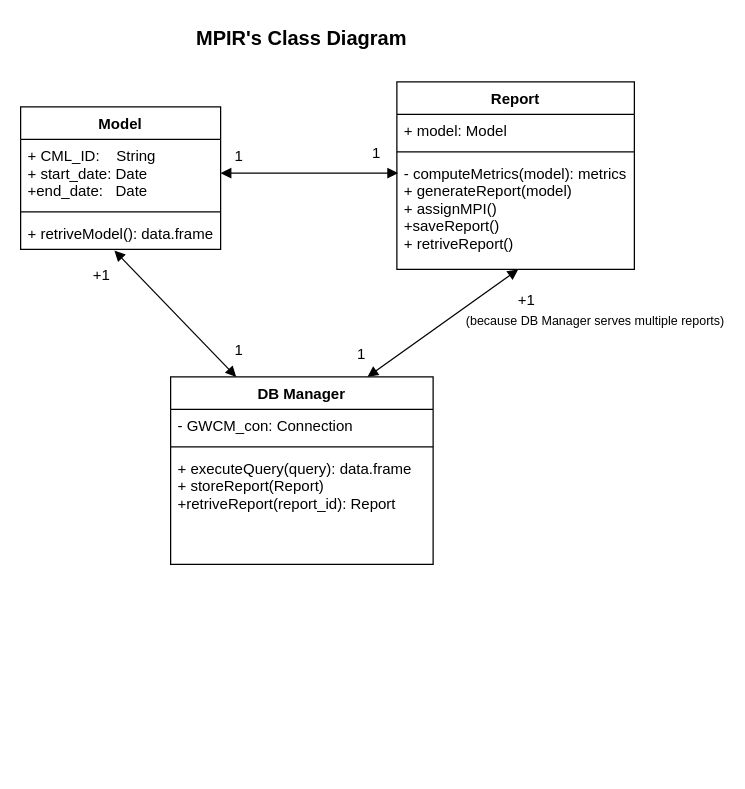
Before: ClassDiagram.drawio in aminrigi/Network_CommunityDetection, a draw.io diagram. Source tidied: cells renumbered, new cells numbered last; positions are measured from the earlier drawing's top-left corner, leaving out a move shared by most shapes. Both pictures are drawn from the tidied source at 125%, with x=0, y=0 at pixel (20, 20).
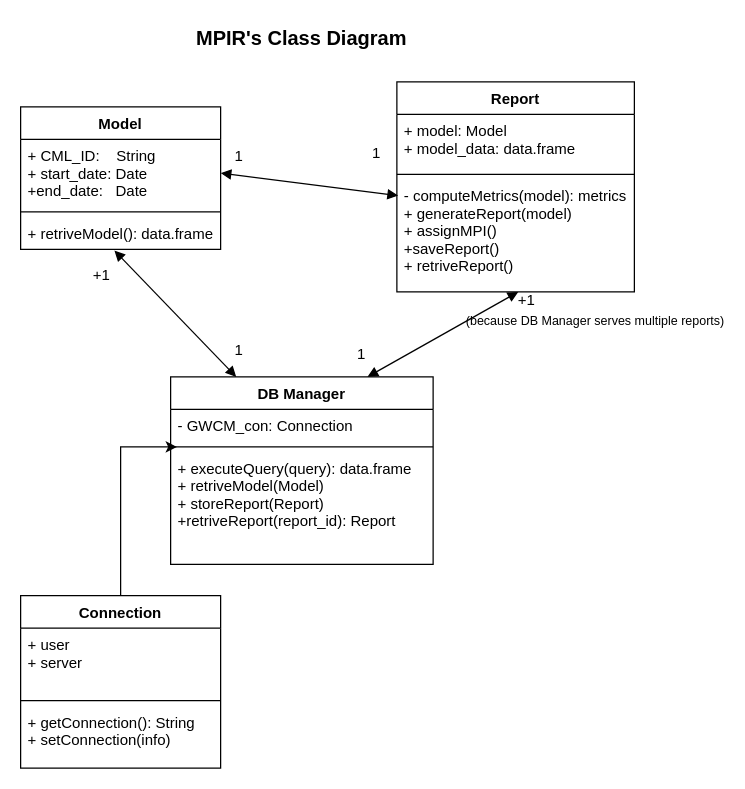
After the change.

The change refers to these unchanged cells:
```xml
<mxCell id="6" value="DB Manager" style="swimlane;fontStyle=1;align=center;verticalAlign=top;horizontal=1;startSize=26;" parent="1" vertex="1">
  <mxGeometry x="120" y="285" width="210" height="150" as="geometry" />
</mxCell>
<mxCell id="8" style="line;strokeWidth=1;fillColor=none;align=left;verticalAlign=middle;spacingTop=-1;spacingLeft=3;spacingRight=3;labelPosition=right;points=[];portConstraint=eastwest;" parent="6" vertex="1">
  <mxGeometry y="52" width="210" height="8" as="geometry" />
</mxCell>
```

What changed in the source:
```diff
@@
-    <mxCell id="10" value="+ executeQuery(query): data.frame&#10;+ storeReport(Report)&#10;+retriveReport(report_id): Report&#10;" style="text;strokeColor=none;fillColor=none;align=left;verticalAlign=top;spacingLeft=4;spacingRight=4;overflow=hidden;" parent="6" vertex="1">
+    <mxCell id="10" value="+ executeQuery(query): data.frame&#10;+ retriveModel(Model)&#10;+ storeReport(Report)&#10;+retriveReport(report_id): Report&#10;" style="text;strokeColor=none;fillColor=none;align=left;verticalAlign=top;spacingLeft=4;spacingRight=4;overflow=hidden;" parent="6" vertex="1">
       <mxGeometry y="60" width="210" height="90" as="geometry" />
     </mxCell>
     <mxCell id="11" value="Report" style="swimlane;fontStyle=1;align=center;verticalAlign=top;horizontal=1;startSize=26;" parent="1" vertex="1">
-      <mxGeometry x="301" y="49" width="190" height="150" as="geometry" />
+      <mxGeometry x="301" y="49" width="190" height="168" as="geometry" />
     </mxCell>
-    <mxCell id="12" value="+ model: Model" style="text;strokeColor=none;fillColor=none;align=left;verticalAlign=top;spacingLeft=4;spacingRight=4;overflow=hidden;points=[[0,0.5],[1,0.5]];portConstraint=eastwest;" parent="11" vertex="1">
-      <mxGeometry y="26" width="190" height="26" as="geometry" />
+    <mxCell id="12" value="+ model: Model&#10;+ model_data: data.frame&#10;" style="text;strokeColor=none;fillColor=none;align=left;verticalAlign=top;spacingLeft=4;spacingRight=4;overflow=hidden;points=[[0,0.5],[1,0.5]];portConstraint=eastwest;" parent="11" vertex="1">
+      <mxGeometry y="26" width="190" height="44" as="geometry" />
     </mxCell>
     <mxCell id="13" style="line;strokeWidth=1;fillColor=none;align=left;verticalAlign=middle;spacingTop=-1;spacingLeft=3;spacingRight=3;labelPosition=right;" parent="11" vertex="1">
-      <mxGeometry y="52" width="190" height="8" as="geometry" />
+      <mxGeometry y="70" width="190" height="8" as="geometry" />
     </mxCell>
@@
     <mxCell id="15" value="- computeMetrics(model): metrics&#10;+ generateReport(model)&#10;+ assignMPI()&#10;+saveReport()&#10;+ retriveReport()" style="text;strokeColor=none;fillColor=none;align=left;verticalAlign=top;spacingLeft=4;spacingRight=4;overflow=hidden;points=[[0,0.5],[1,0.5]];portConstraint=eastwest;" parent="11" vertex="1">
-      <mxGeometry y="60" width="190" height="90" as="geometry" />
+      <mxGeometry y="78" width="190" height="90" as="geometry" />
     </mxCell>
@@
+    <mxCell id="27" style="edgeStyle=orthogonalEdgeStyle;rounded=0;jettySize=auto;html=1;exitX=0.5;exitY=0;exitDx=0;exitDy=0;entryX=0.024;entryY=0.5;entryDx=0;entryDy=0;entryPerimeter=0;" parent="1" edge="1" source="28" target="8">
+      <mxGeometry relative="1" as="geometry" />
+    </mxCell>
+    <mxCell id="28" value="Connection" style="swimlane;fontStyle=1;align=center;verticalAlign=top;horizontal=1;startSize=26;" parent="1" vertex="1">
+      <mxGeometry y="460" width="160" height="138" as="geometry" />
+    </mxCell>
+    <mxCell id="29" value="+ user&#10;+ server&#10;" style="text;strokeColor=none;fillColor=none;align=left;verticalAlign=top;spacingLeft=4;spacingRight=4;overflow=hidden;" parent="28" vertex="1">
+      <mxGeometry y="26" width="160" height="54" as="geometry" />
+    </mxCell>
+    <mxCell id="30" style="line;strokeWidth=1;fillColor=none;align=left;verticalAlign=middle;spacingTop=-1;spacingLeft=3;spacingRight=3;labelPosition=right;" parent="28" vertex="1">
+      <mxGeometry y="80" width="160" height="8" as="geometry" />
+    </mxCell>
+    <mxCell id="31" value="+ getConnection(): String&#10;+ setConnection(info)&#10;" style="text;strokeColor=none;fillColor=none;align=left;verticalAlign=top;spacingLeft=4;spacingRight=4;overflow=hidden;" parent="28" vertex="1">
+      <mxGeometry y="88" width="160" height="50" as="geometry" />
+    </mxCell>
```
